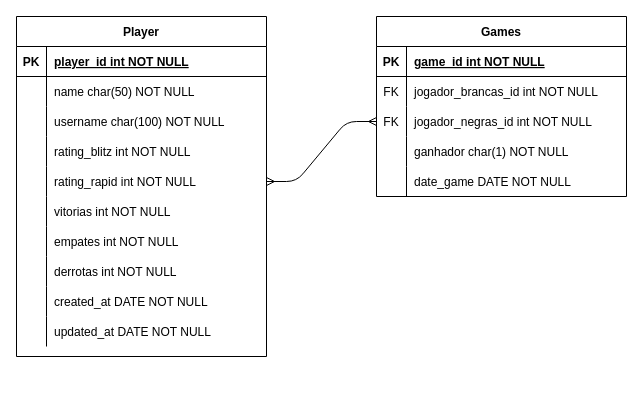
Earlier version of the draw.io diagram streetchessrecife.drawio (adrielldev/streetchessrecife-nest-ts). Source tidied: cells renumbered, new cells numbered last; positions are measured from the earlier drawing's top-left corner, leaving out a move shared by most shapes. Both pictures are drawn from the tidied source at 100%, with x=0, y=0 at pixel (16, 16).
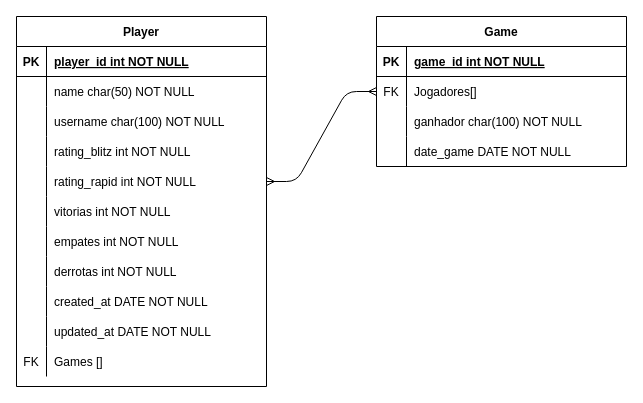
The same diagram, later.

The edit, as a diff of the source:
```diff
@@
     <mxCell id="2" value="Player" style="shape=table;startSize=30;childLayout=tableLayout;rowLines=0;fontStyle=1;align=center;" parent="1" vertex="1">
-      <mxGeometry width="250" height="340" as="geometry" />
+      <mxGeometry width="250" height="370" as="geometry" />
     </mxCell>
@@
+    <mxCell id="50" style="shape=partialRectangle;fillColor=none;top=0;left=0;right=0;bottom=0;" parent="2" vertex="1">
+      <mxGeometry y="330" width="250" height="30" as="geometry" />
+    </mxCell>
+    <mxCell id="38" value="FK" style="shape=partialRectangle;overflow=hidden;fillColor=none;top=0;left=0;bottom=0;right=0;" parent="50" vertex="1">
+      <mxGeometry width="30" height="30" as="geometry" />
+    </mxCell>
+    <mxCell id="51" value="Games []" style="shape=partialRectangle;overflow=hidden;fillColor=none;top=0;left=0;bottom=0;right=0;align=left;spacingLeft=6;" parent="50" vertex="1">
+      <mxGeometry x="30" width="220" height="30" as="geometry" />
+    </mxCell>
-    <mxCell id="33" value="Games" style="shape=table;startSize=30;childLayout=tableLayout;rowLines=0;fontStyle=1;align=center;" parent="1" vertex="1">
-      <mxGeometry x="360" width="250" height="180" as="geometry" />
+    <mxCell id="33" value="Game" style="shape=table;startSize=30;childLayout=tableLayout;rowLines=0;fontStyle=1;align=center;" parent="1" vertex="1">
+      <mxGeometry x="360" width="250" height="150" as="geometry" />
     </mxCell>
@@
-    <mxCell id="37" style="shape=partialRectangle;fillColor=none;top=0;left=0;right=0;bottom=0;" parent="33" vertex="1">
-      <mxGeometry y="60" width="250" height="30" as="geometry" />
-    </mxCell>
-    <mxCell id="38" value="FK" style="shape=partialRectangle;overflow=hidden;fillColor=none;top=0;left=0;bottom=0;right=0;" parent="37" vertex="1">
-      <mxGeometry width="30" height="30" as="geometry" />
-    </mxCell>
-    <mxCell id="39" value="jogador_brancas_id int NOT NULL" style="shape=partialRectangle;overflow=hidden;fillColor=none;top=0;left=0;bottom=0;right=0;align=left;spacingLeft=6;" parent="37" vertex="1">
-      <mxGeometry x="30" width="220" height="30" as="geometry" />
-    </mxCell>
     <mxCell id="40" style="shape=partialRectangle;fillColor=none;points=[[0,0.5],[1,0.5]];portConstraint=eastwest;top=0;left=0;right=0;bottom=0;" parent="33" vertex="1">
-      <mxGeometry y="90" width="250" height="30" as="geometry" />
+      <mxGeometry y="60" width="250" height="30" as="geometry" />
     </mxCell>
@@
-    <mxCell id="42" value="jogador_negras_id int NOT NULL" style="shape=partialRectangle;overflow=hidden;fillColor=none;top=0;left=0;bottom=0;right=0;align=left;spacingLeft=6;" parent="40" vertex="1">
+    <mxCell id="42" value="Jogadores[]" style="shape=partialRectangle;overflow=hidden;fillColor=none;top=0;left=0;bottom=0;right=0;align=left;spacingLeft=6;" parent="40" vertex="1">
       <mxGeometry x="30" width="220" height="30" as="geometry" />
     </mxCell>
     <mxCell id="43" style="shape=partialRectangle;fillColor=none;top=0;left=0;right=0;bottom=0;" parent="33" vertex="1">
-      <mxGeometry y="120" width="250" height="30" as="geometry" />
+      <mxGeometry y="90" width="250" height="30" as="geometry" />
     </mxCell>
@@
-    <mxCell id="45" value="ganhador char(1) NOT NULL" style="shape=partialRectangle;overflow=hidden;fillColor=none;top=0;left=0;bottom=0;right=0;align=left;spacingLeft=6;" parent="43" vertex="1">
+    <mxCell id="45" value="ganhador char(100) NOT NULL" style="shape=partialRectangle;overflow=hidden;fillColor=none;top=0;left=0;bottom=0;right=0;align=left;spacingLeft=6;" parent="43" vertex="1">
       <mxGeometry x="30" width="220" height="30" as="geometry" />
     </mxCell>
     <mxCell id="46" style="shape=partialRectangle;fillColor=none;top=0;left=0;right=0;bottom=0;" parent="33" vertex="1">
-      <mxGeometry y="150" width="250" height="30" as="geometry" />
+      <mxGeometry y="120" width="250" height="30" as="geometry" />
     </mxCell>
```
